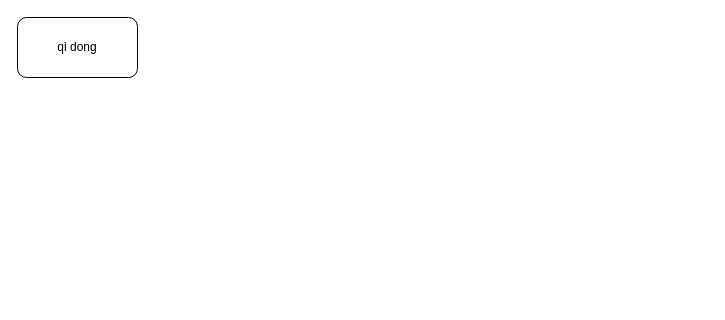
buptss/- keeps this draw.io diagram as framework.drawio. Above is the earlier version. Source tidied: cells renumbered, new cells numbered last; positions are measured from the earlier drawing's top-left corner, leaving out a move shared by most shapes. Both pictures are drawn from the tidied source at 100%, with x=0, y=0 at pixel (17, 17).
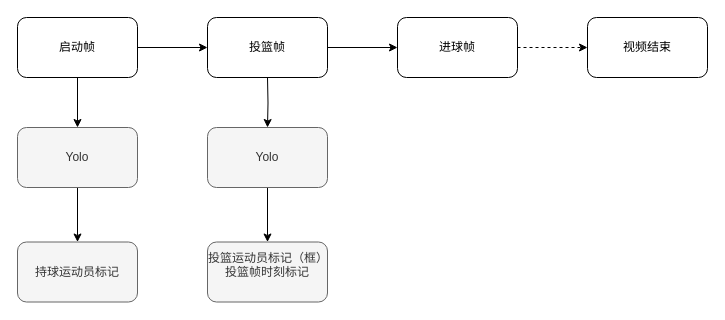
The same diagram, later.

Diff of the diagram source:
```diff
@@
 <mxGraphModel>
   <root>
     <mxCell id="0" />
     <mxCell id="1" parent="0" />
+    <mxCell id="3" style="edgeStyle=orthogonalEdgeStyle;rounded=0;jettySize=auto;html=1;exitX=1;exitY=0.5;exitDx=0;exitDy=0;" parent="1" edge="1" source="2" target="6">
+      <mxGeometry relative="1" as="geometry" />
+    </mxCell>
+    <mxCell id="4" style="edgeStyle=orthogonalEdgeStyle;rounded=0;jettySize=auto;html=1;exitX=0.5;exitY=1;exitDx=0;exitDy=0;entryX=0.5;entryY=0;entryDx=0;entryDy=0;" parent="1" edge="1" source="2" target="11">
+      <mxGeometry relative="1" as="geometry" />
+    </mxCell>
-    <mxCell id="2" value="qi dong" style="rounded=1;whiteSpace=wrap;html=1;" parent="1" vertex="1">
+    <mxCell id="2" value="启动帧" style="rounded=1;whiteSpace=wrap;html=1;" parent="1" vertex="1">
       <mxGeometry width="120" height="60" as="geometry" />
     </mxCell>
+    <mxCell id="5" style="edgeStyle=orthogonalEdgeStyle;rounded=0;jettySize=auto;html=1;exitX=1;exitY=0.5;exitDx=0;exitDy=0;entryX=0;entryY=0.5;entryDx=0;entryDy=0;" parent="1" edge="1" source="6" target="8">
+      <mxGeometry relative="1" as="geometry" />
+    </mxCell>
+    <mxCell id="6" value="投篮帧" style="rounded=1;whiteSpace=wrap;html=1;" parent="1" vertex="1">
+      <mxGeometry x="190" width="120" height="60" as="geometry" />
+    </mxCell>
+    <mxCell id="7" style="edgeStyle=orthogonalEdgeStyle;rounded=0;jettySize=auto;html=1;exitX=1;exitY=0.5;exitDx=0;exitDy=0;dashed=1;" parent="1" edge="1" source="8" target="9">
+      <mxGeometry relative="1" as="geometry" />
+    </mxCell>
+    <mxCell id="8" value="进球帧" style="rounded=1;whiteSpace=wrap;html=1;" parent="1" vertex="1">
+      <mxGeometry x="380" width="120" height="60" as="geometry" />
+    </mxCell>
+    <mxCell id="9" value="视频结束" style="rounded=1;whiteSpace=wrap;html=1;" parent="1" vertex="1">
+      <mxGeometry x="570" width="120" height="60" as="geometry" />
+    </mxCell>
+    <mxCell id="10" style="edgeStyle=orthogonalEdgeStyle;rounded=0;jettySize=auto;html=1;exitX=0.5;exitY=1;exitDx=0;exitDy=0;" parent="1" edge="1" source="11" target="12">
+      <mxGeometry relative="1" as="geometry" />
+    </mxCell>
+    <mxCell id="11" value="Yolo" style="rounded=1;whiteSpace=wrap;html=1;fillColor=#f5f5f5;fontColor=#333333;strokeColor=#666666;" parent="1" vertex="1">
+      <mxGeometry y="110" width="120" height="60" as="geometry" />
+    </mxCell>
+    <mxCell id="12" value="持球运动员标记" style="rounded=1;whiteSpace=wrap;html=1;fillColor=#f5f5f5;fontColor=#333333;strokeColor=#666666;" parent="1" vertex="1">
+      <mxGeometry y="224.5" width="120" height="60" as="geometry" />
+    </mxCell>
+    <mxCell id="13" style="edgeStyle=orthogonalEdgeStyle;rounded=0;jettySize=auto;html=1;exitX=0.5;exitY=1;exitDx=0;exitDy=0;entryX=0.5;entryY=0;entryDx=0;entryDy=0;" parent="1" edge="1" target="15">
+      <mxGeometry relative="1" as="geometry">
+        <mxPoint x="250" y="60" as="sourcePoint" />
+      </mxGeometry>
+    </mxCell>
+    <mxCell id="14" style="edgeStyle=orthogonalEdgeStyle;rounded=0;jettySize=auto;html=1;exitX=0.5;exitY=1;exitDx=0;exitDy=0;" parent="1" edge="1" source="15" target="16">
+      <mxGeometry relative="1" as="geometry" />
+    </mxCell>
+    <mxCell id="15" value="Yolo" style="rounded=1;whiteSpace=wrap;html=1;fillColor=#f5f5f5;fontColor=#333333;strokeColor=#666666;" parent="1" vertex="1">
+      <mxGeometry x="190" y="110" width="120" height="60" as="geometry" />
+    </mxCell>
+    <mxCell id="16" value="投篮运动员标记（框）&lt;div&gt;投篮帧时刻标记&lt;/div&gt;&lt;div&gt;&lt;br&gt;&lt;/div&gt;" style="rounded=1;whiteSpace=wrap;html=1;fillColor=#f5f5f5;fontColor=#333333;strokeColor=#666666;" parent="1" vertex="1">
+      <mxGeometry x="190" y="224.5" width="120" height="60" as="geometry" />
+    </mxCell>
   </root>
 </mxGraphModel>
```
